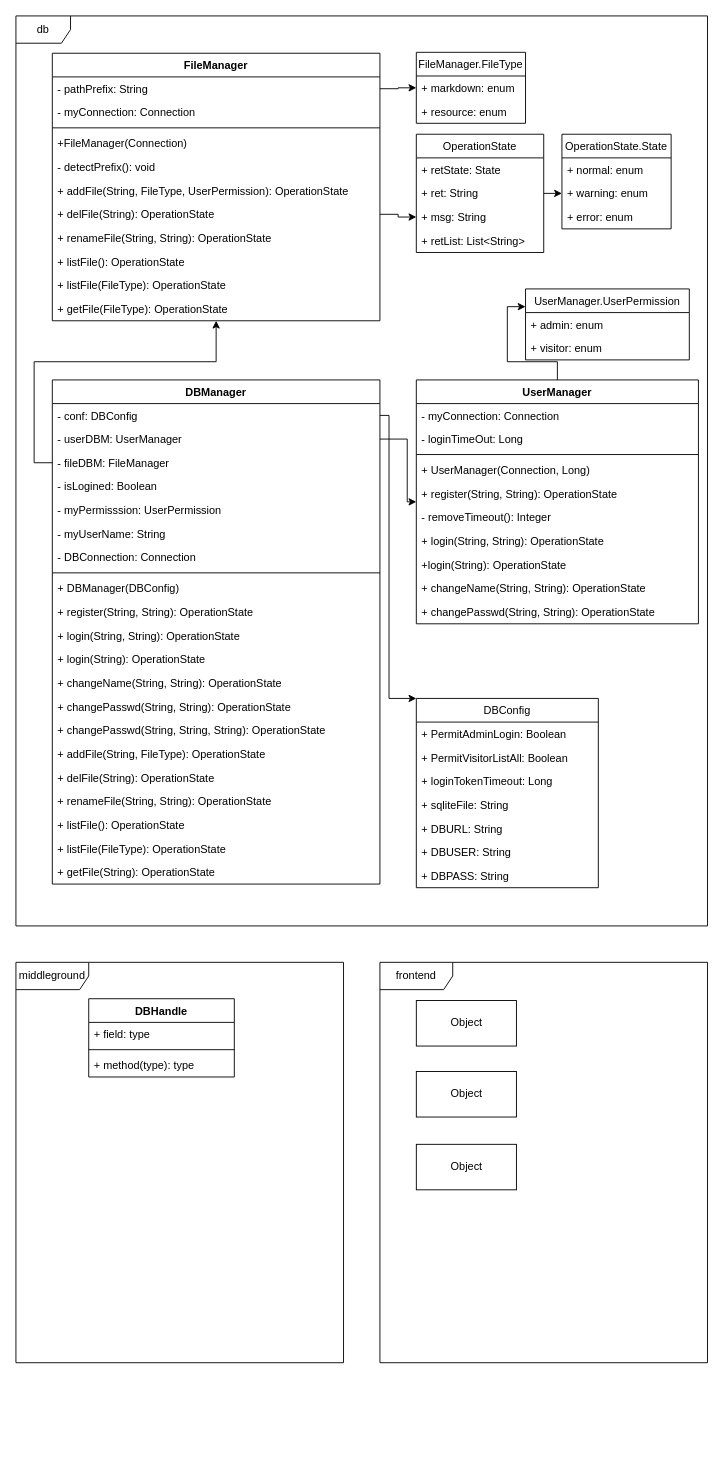
This is reports/实验报告/ClassDiag.drawio from Heming-Zhong/MDBlog, a draw.io file, before an edit. Source tidied: cells renumbered, new cells numbered last; positions are measured from the earlier drawing's top-left corner, leaving out a move shared by most shapes. Both pictures are drawn from the tidied source at 91%, with x=0, y=0 at pixel (15, 15).
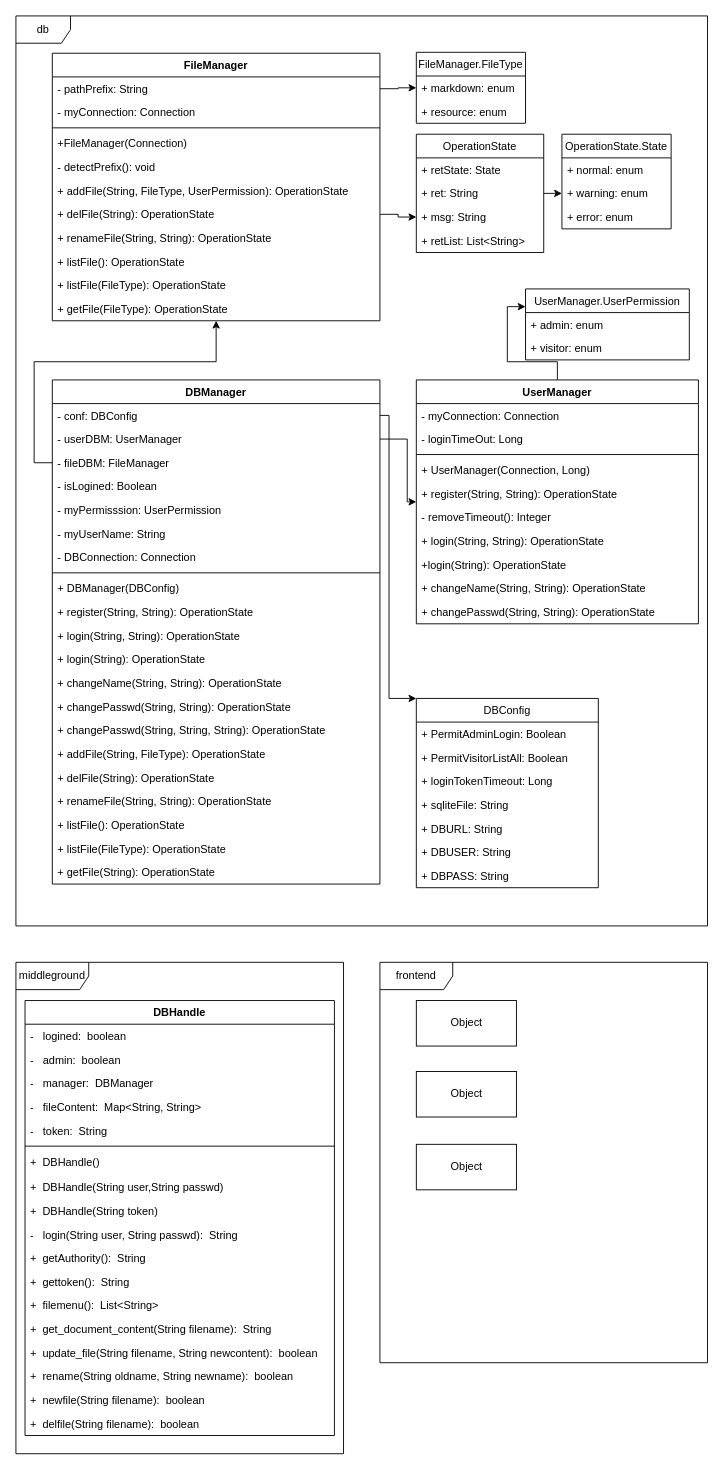
After the change.

Commit message:
ClassDiag of middleground

Diff of the diagram source:
```diff
@@
     <mxCell id="3" value="middleground" style="shape=umlFrame;whiteSpace=wrap;html=1;width=80;height=30;" parent="1" vertex="1">
-      <mxGeometry y="1040" width="360" height="440" as="geometry" />
+      <mxGeometry y="1040" width="360" height="540" as="geometry" />
     </mxCell>
@@
     <mxCell id="51" value="DBHandle" style="swimlane;fontStyle=1;align=center;verticalAlign=top;horizontal=1;startSize=26;" parent="1" vertex="1">
-      <mxGeometry x="80" y="1080" width="160" height="86" as="geometry" />
+      <mxGeometry x="10" y="1082" width="340" height="478" as="geometry" />
     </mxCell>
-    <mxCell id="52" value="+ field: type" style="text;strokeColor=none;fillColor=none;align=left;verticalAlign=top;spacingLeft=4;spacingRight=4;overflow=hidden;" parent="51" vertex="1">
-      <mxGeometry y="26" width="160" height="26" as="geometry" />
-    </mxCell>
+    <mxCell id="87" value="-   logined:  boolean" style="text;strokeColor=none;fillColor=none;align=left;verticalAlign=top;spacingLeft=4;spacingRight=4;overflow=hidden;" parent="51" vertex="1">
+      <mxGeometry y="26" width="340" height="26" as="geometry" />
+    </mxCell>
+    <mxCell id="88" value="-   admin:  boolean" style="text;strokeColor=none;fillColor=none;align=left;verticalAlign=top;spacingLeft=4;spacingRight=4;overflow=hidden;" parent="51" vertex="1">
+      <mxGeometry y="52" width="340" height="26" as="geometry" />
+    </mxCell>
+    <mxCell id="89" value="-   manager:  DBManager&#10;" style="text;strokeColor=none;fillColor=none;align=left;verticalAlign=top;spacingLeft=4;spacingRight=4;overflow=hidden;" parent="51" vertex="1">
+      <mxGeometry y="78" width="340" height="26" as="geometry" />
+    </mxCell>
+    <mxCell id="90" value="-   fileContent:  Map&lt;String, String&gt;&#10;" style="text;strokeColor=none;fillColor=none;align=left;verticalAlign=top;spacingLeft=4;spacingRight=4;overflow=hidden;" parent="51" vertex="1">
+      <mxGeometry y="104" width="340" height="26" as="geometry" />
+    </mxCell>
+    <mxCell id="91" value="-   token:  String" style="text;strokeColor=none;fillColor=none;align=left;verticalAlign=top;spacingLeft=4;spacingRight=4;overflow=hidden;" parent="51" vertex="1">
+      <mxGeometry y="130" width="340" height="26" as="geometry" />
+    </mxCell>
     <mxCell id="53" style="line;strokeWidth=1;fillColor=none;align=left;verticalAlign=middle;spacingTop=-1;spacingLeft=3;spacingRight=3;labelPosition=right;" parent="51" vertex="1">
-      <mxGeometry y="52" width="160" height="8" as="geometry" />
+      <mxGeometry y="156" width="340" height="8" as="geometry" />
     </mxCell>
-    <mxCell id="54" value="+ method(type): type" style="text;strokeColor=none;fillColor=none;align=left;verticalAlign=top;spacingLeft=4;spacingRight=4;overflow=hidden;" parent="51" vertex="1">
-      <mxGeometry y="60" width="160" height="26" as="geometry" />
+    <mxCell id="54" value="+  DBHandle()&#10;&#10;" style="text;strokeColor=none;fillColor=none;align=left;verticalAlign=top;spacingLeft=4;spacingRight=4;overflow=hidden;spacing=2;" parent="51" vertex="1">
+      <mxGeometry y="164" width="340" height="28" as="geometry" />
     </mxCell>
+    <mxCell id="92" value="+  DBHandle(String user,String passwd)&#10;" style="text;strokeColor=none;fillColor=none;align=left;verticalAlign=top;spacingLeft=4;spacingRight=4;overflow=hidden;" parent="51" vertex="1">
+      <mxGeometry y="192" width="340" height="26" as="geometry" />
+    </mxCell>
+    <mxCell id="93" value="+  DBHandle(String token)&#10;" style="text;strokeColor=none;fillColor=none;align=left;verticalAlign=top;spacingLeft=4;spacingRight=4;overflow=hidden;" parent="51" vertex="1">
+      <mxGeometry y="218" width="340" height="26" as="geometry" />
+    </mxCell>
+    <mxCell id="94" value="-   login(String user, String passwd):  String" style="text;strokeColor=none;fillColor=none;align=left;verticalAlign=top;spacingLeft=4;spacingRight=4;overflow=hidden;" parent="51" vertex="1">
+      <mxGeometry y="244" width="340" height="26" as="geometry" />
+    </mxCell>
+    <mxCell id="95" value="+  getAuthority():  String&#10;" style="text;strokeColor=none;fillColor=none;align=left;verticalAlign=top;spacingLeft=4;spacingRight=4;overflow=hidden;" parent="51" vertex="1">
+      <mxGeometry y="270" width="340" height="26" as="geometry" />
+    </mxCell>
+    <mxCell id="96" value="+  gettoken():  String&#10;" style="text;strokeColor=none;fillColor=none;align=left;verticalAlign=top;spacingLeft=4;spacingRight=4;overflow=hidden;" parent="51" vertex="1">
+      <mxGeometry y="296" width="340" height="26" as="geometry" />
+    </mxCell>
+    <mxCell id="97" value="+  filemenu():  List&lt;String&gt;&#10;" style="text;strokeColor=none;fillColor=none;align=left;verticalAlign=top;spacingLeft=4;spacingRight=4;overflow=hidden;" parent="51" vertex="1">
+      <mxGeometry y="322" width="340" height="26" as="geometry" />
+    </mxCell>
+    <mxCell id="98" value="+  get_document_content(String filename):  String&#10;" style="text;strokeColor=none;fillColor=none;align=left;verticalAlign=top;spacingLeft=4;spacingRight=4;overflow=hidden;" parent="51" vertex="1">
+      <mxGeometry y="348" width="340" height="26" as="geometry" />
+    </mxCell>
+    <mxCell id="99" value="+  update_file(String filename, String newcontent):  boolean&#10;" style="text;strokeColor=none;fillColor=none;align=left;verticalAlign=top;spacingLeft=4;spacingRight=4;overflow=hidden;" parent="51" vertex="1">
+      <mxGeometry y="374" width="340" height="26" as="geometry" />
+    </mxCell>
+    <mxCell id="100" value="+  rename(String oldname, String newname):  boolean&#10;" style="text;strokeColor=none;fillColor=none;align=left;verticalAlign=top;spacingLeft=4;spacingRight=4;overflow=hidden;" parent="51" vertex="1">
+      <mxGeometry y="400" width="340" height="26" as="geometry" />
+    </mxCell>
+    <mxCell id="101" value="+  newfile(String filename):  boolean&#10;" style="text;strokeColor=none;fillColor=none;align=left;verticalAlign=top;spacingLeft=4;spacingRight=4;overflow=hidden;" parent="51" vertex="1">
+      <mxGeometry y="426" width="340" height="26" as="geometry" />
+    </mxCell>
+    <mxCell id="102" value="+  delfile(String filename):  boolean&#10;" style="text;strokeColor=none;fillColor=none;align=left;verticalAlign=top;spacingLeft=4;spacingRight=4;overflow=hidden;" parent="51" vertex="1">
+      <mxGeometry y="452" width="340" height="26" as="geometry" />
+    </mxCell>
```
